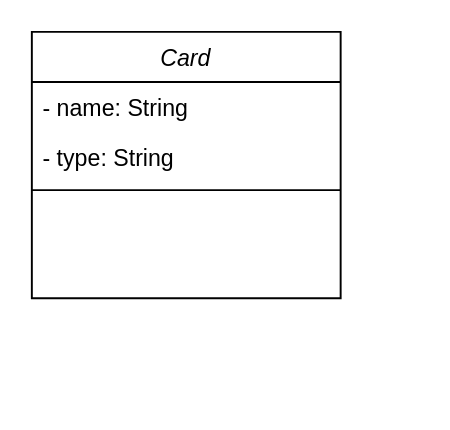
Above: Card.drawio in Mstxz/math-card-game (draw.io), before the change. Source tidied: cells renumbered, new cells numbered last; positions are measured from the earlier drawing's top-left corner, leaving out a move shared by most shapes. Both pictures are drawn from the tidied source at 193%, with x=0, y=0 at pixel (31, 31).
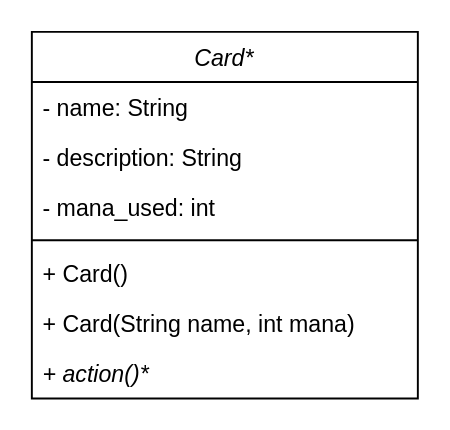
The same page after the edit.

Commit message:
Update Card class-diagram

Diff of the diagram source:
```diff
@@
 <mxGraphModel>
   <root>
     <mxCell id="0" />
     <mxCell id="1" parent="0" />
-    <mxCell id="2" value="Card" style="swimlane;fontStyle=2;align=center;verticalAlign=top;horizontal=1;startSize=26;rounded=0;shadow=0;strokeWidth=1;" parent="1" vertex="1">
-      <mxGeometry width="160" height="138" as="geometry" />
+    <mxCell id="2" value="Card*" style="swimlane;fontStyle=2;align=center;verticalAlign=top;horizontal=1;startSize=26;rounded=0;shadow=0;strokeWidth=1;" parent="1" vertex="1">
+      <mxGeometry width="200" height="190" as="geometry" />
     </mxCell>
     <mxCell id="3" value="- name: String" style="text;align=left;verticalAlign=top;spacingLeft=4;spacingRight=4;overflow=hidden;" parent="2" vertex="1">
-      <mxGeometry y="26" width="160" height="26" as="geometry" />
+      <mxGeometry y="26" width="200" height="26" as="geometry" />
     </mxCell>
+    <mxCell id="6" value="- description: String" style="text;align=left;verticalAlign=top;spacingLeft=4;spacingRight=4;overflow=hidden;" parent="2" vertex="1">
+      <mxGeometry y="52" width="200" height="26" as="geometry" />
+    </mxCell>
-    <mxCell id="4" value="- type: String" style="text;align=left;verticalAlign=top;spacingLeft=4;spacingRight=4;overflow=hidden;" parent="2" vertex="1">
-      <mxGeometry y="52" width="160" height="26" as="geometry" />
+    <mxCell id="4" value="- mana_used: int" style="text;align=left;verticalAlign=top;spacingLeft=4;spacingRight=4;overflow=hidden;" parent="2" vertex="1">
+      <mxGeometry y="78" width="200" height="26" as="geometry" />
     </mxCell>
     <mxCell id="5" style="line;html=1;strokeWidth=1;align=left;verticalAlign=middle;spacingTop=-1;spacingLeft=3;spacingRight=3;labelPosition=right;" parent="2" vertex="1">
-      <mxGeometry y="78" width="160" height="8" as="geometry" />
+      <mxGeometry y="104" width="200" height="8" as="geometry" />
     </mxCell>
+    <mxCell id="7" value="+ Card()" style="text;align=left;verticalAlign=top;spacingLeft=4;spacingRight=4;overflow=hidden;" parent="2" vertex="1">
+      <mxGeometry y="112" width="200" height="26" as="geometry" />
+    </mxCell>
+    <mxCell id="8" value="+ Card(String name, int mana)" style="text;align=left;verticalAlign=top;spacingLeft=4;spacingRight=4;overflow=hidden;" parent="2" vertex="1">
+      <mxGeometry y="138" width="200" height="26" as="geometry" />
+    </mxCell>
+    <mxCell id="9" value="+ action()*" style="text;align=left;verticalAlign=top;spacingLeft=4;spacingRight=4;overflow=hidden;fontStyle=2;" parent="2" vertex="1">
+      <mxGeometry y="164" width="200" height="26" as="geometry" />
+    </mxCell>
   </root>
 </mxGraphModel>
```
